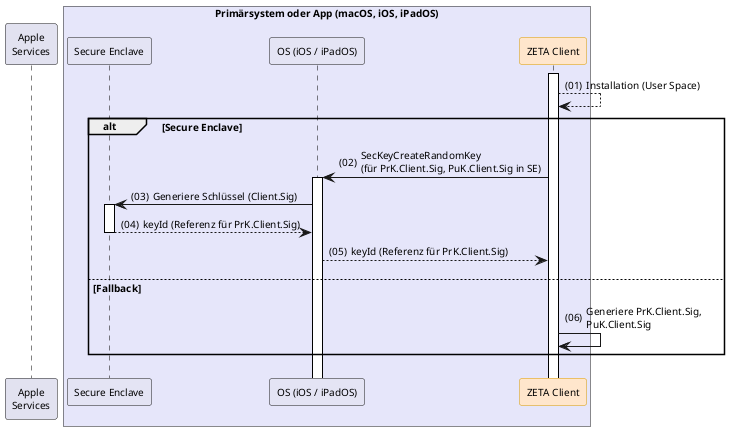
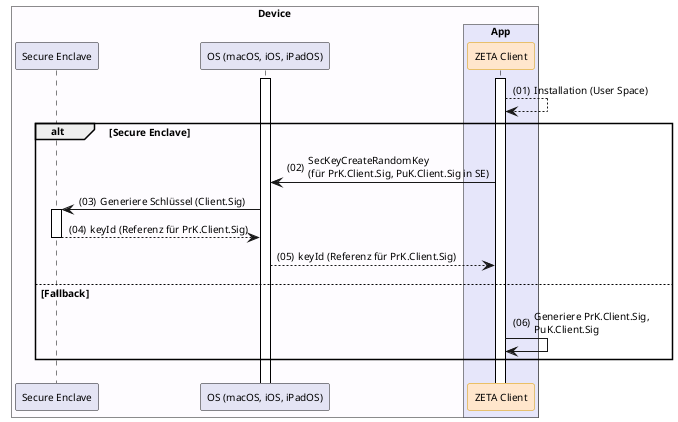
@startuml "client-installation"
autonumber "(00)"
skinparam defaultFontSize 10
skinparam defaultFontName Helvetica
skinparam DefaultMonospacedFontName Courier
skinparam lengthAdjust none
skinparam sequenceReferenceBackgroundColor White
skinparam SequenceReferenceFontSize 12
skinparam sequenceMessageAlign left
hide stereotype

' Box colors
!define ZETA_GUARD_COLOR #FFF3E5
!define LEI_COLOR #GhostWhite
!define LEI_COMPONENT_COLOR #E4E4F4
!define PRIMAERSYSTEM_COLOR #Lavender
!define PROVIDER_COLOR #EDFDEC
+ !define MOBILE_COLOR #fefcff

' Participant colors
<style>
sequenceDiagram {
  participant {
    .zeta {
      BackgroundColor #FFE6CC
      LineColor #D79B00
    }
    .provider {
      BackgroundColor #D5E8D4
      LineColor #82B366
    }
  }
  lifeline {
    BackgroundColor White
    LineColor Black
  }
}
</style>

' title Client Installation & Baseline-Etablierung

!pragma teoz true

- participant "Apple\nServices" as Apple
- box "Primärsystem oder App (macOS, iOS, iPadOS)" PRIMAERSYSTEM_COLOR
+ box "Device" MOBILE_COLOR
  participant "Secure Enclave" as SE LEI_COMPONENT_COLOR
-   participant "OS (iOS / iPadOS)" as AppleOS LEI_COMPONENT_COLOR
-   participant Client as "ZETA Client" <<zeta>>
+   participant "OS (macOS, iOS, iPadOS)" as AppleOS LEI_COMPONENT_COLOR
+   box "App" PRIMAERSYSTEM_COLOR
+     participant "ZETA Client" as Client <<zeta>>
+   end box
end box

Client++
+ AppleOS++
Client --> Client: Installation (User Space)

alt Secure Enclave
-     Client -> AppleOS++: SecKeyCreateRandomKey\n(für PrK.Client.Sig, PuK.Client.Sig in SE)
+     Client -> AppleOS: SecKeyCreateRandomKey\n(für PrK.Client.Sig, PuK.Client.Sig in SE)
    AppleOS -> SE++: Generiere Schlüssel (Client.Sig)
    SE --> AppleOS--: keyId (Referenz für PrK.Client.Sig)
    AppleOS --> Client: keyId (Referenz für PrK.Client.Sig)
else Fallback
    Client -> Client: Generiere PrK.Client.Sig,\nPuK.Client.Sig
end

@enduml